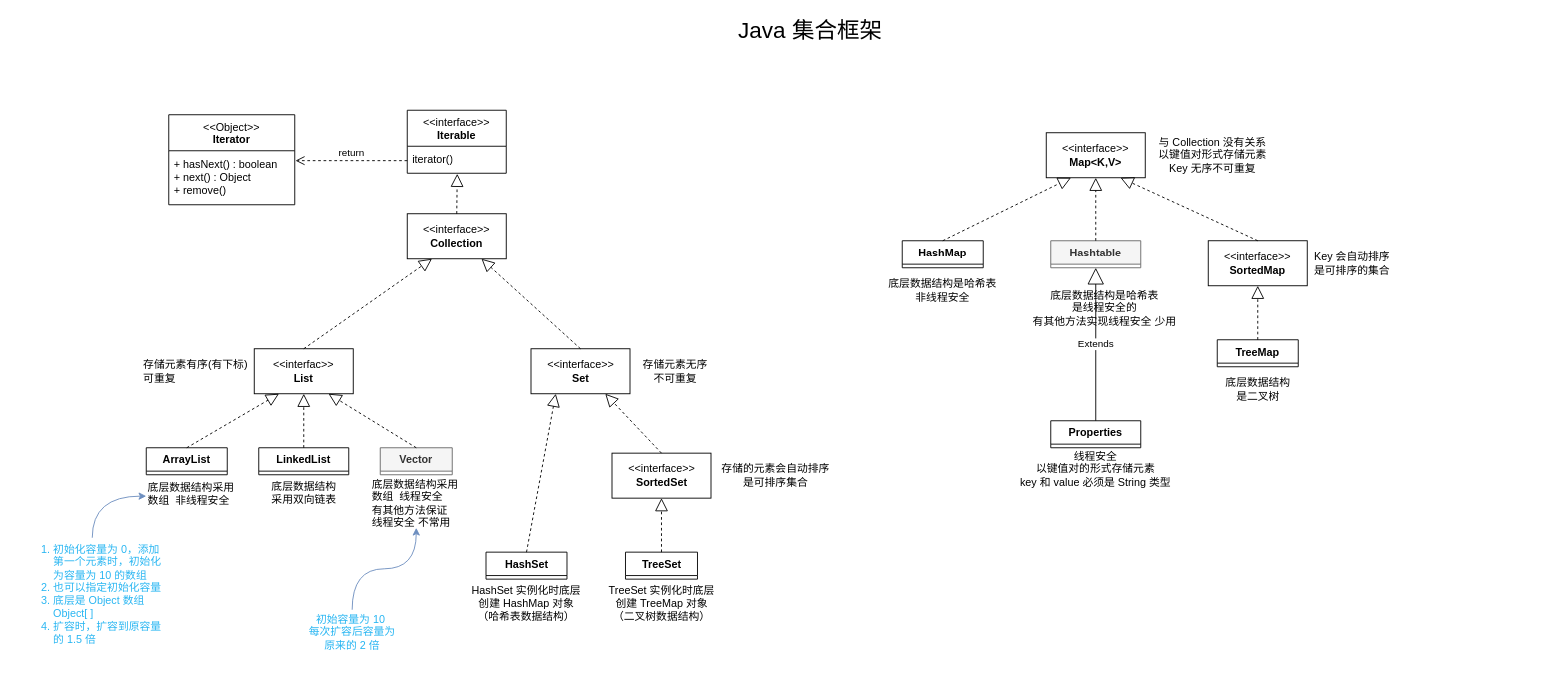
This is Java集合框架.drawio from Bluuur/draw.io, a draw.io file, before an edit. Source tidied: cells renumbered, new cells numbered last; positions are measured from the earlier drawing's top-left corner, leaving out a move shared by most shapes. Both pictures are drawn from the tidied source at 90%, with x=0, y=0 at pixel (15, 15).
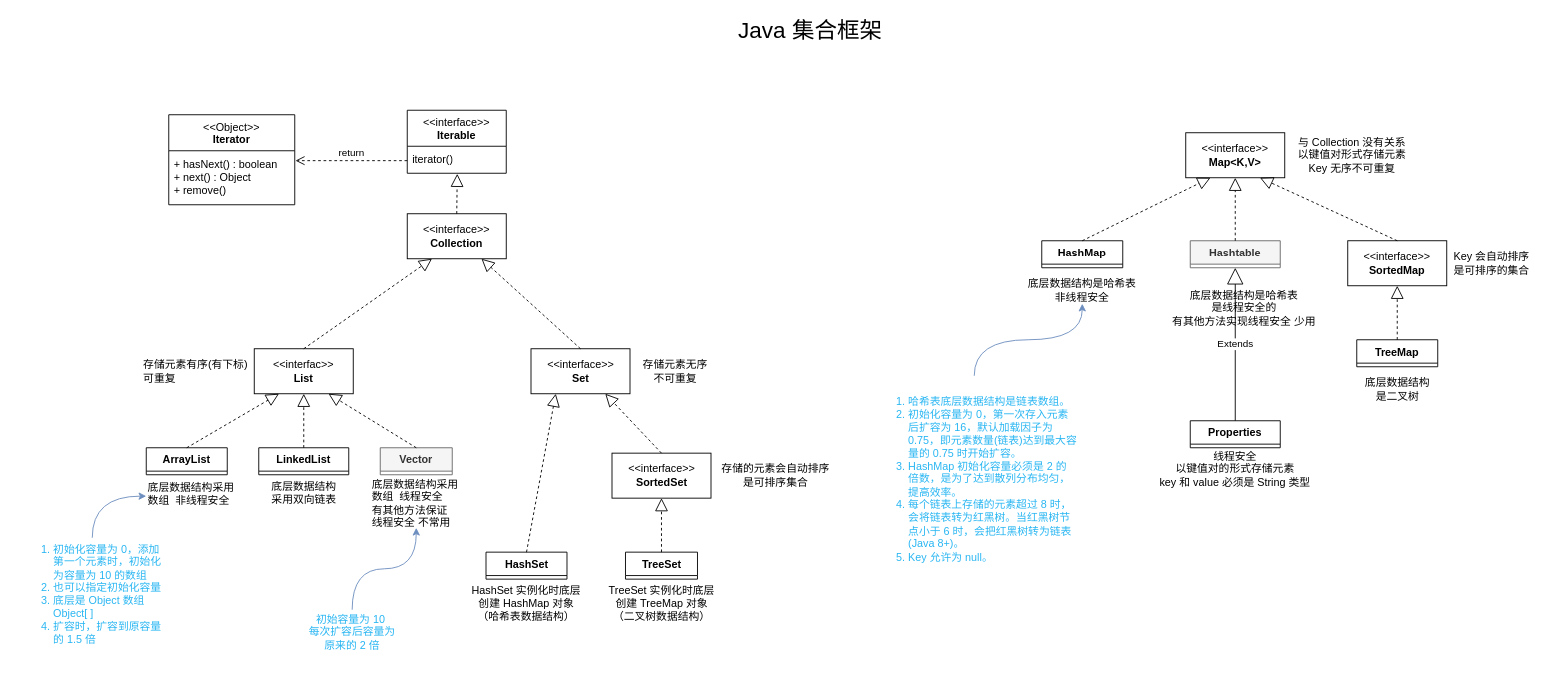
After the change.

Commit message:
更新Java集合框架.drawio

The change refers to these unchanged cells:
```xml
<mxCell id="2" value="&amp;lt;&amp;lt;interface&amp;gt;&amp;gt;&lt;br&gt;&lt;b&gt;Collection&lt;br&gt;&lt;/b&gt;" style="html=1;whiteSpace=wrap;" parent="1" vertex="1">
  <mxGeometry x="435" y="220" width="110" height="50" as="geometry" />
</mxCell>
<mxCell id="6" value="&amp;lt;&amp;lt;interface&amp;gt;&amp;gt;&lt;br&gt;&lt;b&gt;Set&lt;br&gt;&lt;/b&gt;" style="html=1;whiteSpace=wrap;" parent="1" vertex="1">
  <mxGeometry x="572.5" y="370" width="110" height="50" as="geometry" />
</mxCell>
<mxCell id="12" value="HashSet" style="swimlane;fontStyle=1;align=center;verticalAlign=top;horizontal=1;startSize=26;whiteSpace=wrap;html=1;" parent="1" vertex="1" collapsed="1">
  <mxGeometry x="522.5" y="596" width="90" height="30" as="geometry" />
</mxCell>
```

Diff of the diagram source:
```diff
@@
-    <mxCell id="7" style="endArrow=block;dashed=1;endFill=0;endSize=12;html=1;rounded=0;entryX=0.75;entryY=1;entryDx=0;entryDy=0;exitX=0.5;exitY=0;exitDx=0;exitDy=0;" parent="1" edge="1" source="6" target="2">
+    <mxCell id="7" style="endArrow=block;dashed=1;endFill=0;endSize=12;html=1;entryX=0.75;entryY=1;entryDx=0;entryDy=0;exitX=0.5;exitY=0;exitDx=0;exitDy=0;rounded=0;" parent="1" edge="1" source="6" target="2">
       <mxGeometry relative="1" as="geometry" />
     </mxCell>
@@
-    <mxCell id="13" style="endArrow=block;dashed=1;endFill=0;endSize=12;html=1;rounded=0;exitX=0.5;exitY=0;exitDx=0;exitDy=0;entryX=0.25;entryY=1;entryDx=0;entryDy=0;" parent="1" edge="1" source="12" target="6">
+    <mxCell id="13" style="endArrow=block;dashed=1;endFill=0;endSize=12;html=1;exitX=0.5;exitY=0;exitDx=0;exitDy=0;entryX=0.25;entryY=1;entryDx=0;entryDy=0;rounded=0;" parent="1" edge="1" source="12" target="6">
       <mxGeometry relative="1" as="geometry" />
     </mxCell>
@@
     <mxCell id="18" value="&amp;lt;&amp;lt;interface&amp;gt;&amp;gt;&lt;br&gt;&lt;b&gt;Map&amp;lt;K,V&amp;gt;&lt;/b&gt;" style="html=1;whiteSpace=wrap;" parent="1" vertex="1">
-      <mxGeometry x="1145" y="130" width="110" height="50" as="geometry" />
+      <mxGeometry x="1300" y="130" width="110" height="50" as="geometry" />
     </mxCell>
     <mxCell id="19" value="HashMap" style="swimlane;fontStyle=1;align=center;verticalAlign=top;horizontal=1;startSize=26;whiteSpace=wrap;html=1;" parent="1" vertex="1" collapsed="1">
-      <mxGeometry x="985" y="250" width="90" height="30" as="geometry" />
+      <mxGeometry x="1140" y="250" width="90" height="30" as="geometry" />
     </mxCell>
@@
     <mxCell id="21" value="TreeMap" style="swimlane;fontStyle=1;align=center;verticalAlign=top;horizontal=1;startSize=26;whiteSpace=wrap;html=1;" parent="1" vertex="1" collapsed="1">
-      <mxGeometry x="1335" y="360" width="90" height="30" as="geometry" />
+      <mxGeometry x="1490" y="360" width="90" height="30" as="geometry" />
     </mxCell>
@@
     <mxCell id="25" value="Hashtable" style="swimlane;fontStyle=1;align=center;verticalAlign=top;horizontal=1;startSize=26;whiteSpace=wrap;html=1;fillColor=#f5f5f5;strokeColor=#666666;fontColor=#333333;" parent="1" vertex="1" collapsed="1">
-      <mxGeometry x="1150" y="250" width="100" height="30" as="geometry" />
+      <mxGeometry x="1305" y="250" width="100" height="30" as="geometry" />
     </mxCell>
@@
     <mxCell id="27" value="Properties" style="swimlane;fontStyle=1;align=center;verticalAlign=top;horizontal=1;startSize=26;whiteSpace=wrap;html=1;" parent="1" vertex="1" collapsed="1">
-      <mxGeometry x="1150" y="450" width="100" height="30" as="geometry" />
+      <mxGeometry x="1305" y="450" width="100" height="30" as="geometry" />
     </mxCell>
@@
     <mxCell id="29" value="&amp;lt;&amp;lt;interface&amp;gt;&amp;gt;&lt;br&gt;&lt;b&gt;SortedMap&lt;/b&gt;" style="html=1;whiteSpace=wrap;" parent="1" vertex="1">
-      <mxGeometry x="1325" y="250" width="110" height="50" as="geometry" />
+      <mxGeometry x="1480" y="250" width="110" height="50" as="geometry" />
     </mxCell>
@@
     <mxCell id="40" value="与 Collection 没有关系&lt;br&gt;以键值对形式存储元素&lt;br&gt;Key 无序不可重复" style="text;html=1;strokeColor=none;fillColor=none;align=center;verticalAlign=middle;whiteSpace=wrap;rounded=0;" parent="1" vertex="1">
-      <mxGeometry x="1255" y="135" width="150" height="40" as="geometry" />
+      <mxGeometry x="1410" y="130" width="150" height="50" as="geometry" />
     </mxCell>
     <mxCell id="41" value="底层数据结构是哈希表&lt;br&gt;非线程安全" style="text;html=1;strokeColor=none;fillColor=none;align=center;verticalAlign=middle;whiteSpace=wrap;rounded=0;" parent="1" vertex="1">
-      <mxGeometry x="965" y="290" width="130" height="30" as="geometry" />
+      <mxGeometry x="1120" y="290" width="130" height="30" as="geometry" />
     </mxCell>
     <mxCell id="42" value="底层数据结构是哈希表&lt;br&gt;是线程安全的&lt;br&gt;有其他方法实现线程安全 少用" style="text;html=1;strokeColor=none;fillColor=none;align=center;verticalAlign=middle;whiteSpace=wrap;rounded=0;" parent="1" vertex="1">
-      <mxGeometry x="1125" y="310" width="170" height="30" as="geometry" />
+      <mxGeometry x="1280" y="310" width="170" height="30" as="geometry" />
     </mxCell>
     <mxCell id="43" value="Key 会自动排序&lt;br&gt;是可排序的集合" style="text;html=1;strokeColor=none;fillColor=none;align=center;verticalAlign=middle;whiteSpace=wrap;rounded=0;" parent="1" vertex="1">
-      <mxGeometry x="1435" y="260" width="100" height="30" as="geometry" />
+      <mxGeometry x="1590" y="260" width="100" height="30" as="geometry" />
     </mxCell>
     <mxCell id="44" value="底层数据结构是二叉树" style="text;html=1;strokeColor=none;fillColor=none;align=center;verticalAlign=middle;whiteSpace=wrap;rounded=0;" parent="1" vertex="1">
-      <mxGeometry x="1337.5" y="400" width="85" height="30" as="geometry" />
+      <mxGeometry x="1492.5" y="400" width="85" height="30" as="geometry" />
     </mxCell>
     <mxCell id="45" value="线程安全&lt;br&gt;以键值对的形式存储元素&lt;br&gt;key 和 value 必须是 String 类型" style="text;html=1;strokeColor=none;fillColor=none;align=center;verticalAlign=middle;whiteSpace=wrap;rounded=0;" parent="1" vertex="1">
-      <mxGeometry x="1111.2" y="472" width="177.5" height="64" as="geometry" />
+      <mxGeometry x="1266.2" y="472" width="177.5" height="64" as="geometry" />
     </mxCell>
@@
+    <mxCell id="55" style="edgeStyle=orthogonalEdgeStyle;jettySize=auto;html=1;fillColor=#dae8fc;strokeColor=#6c8ebf;curved=1;" parent="1" edge="1" source="56" target="41">
+      <mxGeometry relative="1" as="geometry" />
+    </mxCell>
+    <mxCell id="56" value="&lt;ol&gt;&lt;li&gt;&lt;font&gt;哈希表底层数据结构是链表数组。&lt;/font&gt;&lt;/li&gt;&lt;li&gt;&lt;font&gt;初始化容量为 0，第一次存入元素后扩容为 16，默认加载因子为 0.75，即元素数量(链表)达到最大容量的 0.75 时开始扩容。&lt;/font&gt;&lt;/li&gt;&lt;li&gt;&lt;font&gt;HashMap 初始化容量必须是 2 的倍数，是为了达到散列分布均匀，提高效率。&lt;/font&gt;&lt;/li&gt;&lt;li&gt;每个链表上存储的元素超过 8 时，会将链表转为红黑树。当红黑树节点小于 6 时，会把红黑树转为链表(Java 8+)。&lt;/li&gt;&lt;li&gt;Key 允许为 null。&lt;/li&gt;&lt;/ol&gt;" style="text;html=1;strokeColor=none;fillColor=none;align=left;verticalAlign=middle;whiteSpace=wrap;rounded=0;fontColor=#29b6f2;" parent="1" vertex="1">
+      <mxGeometry x="950" y="400" width="230" height="230" as="geometry" />
+    </mxCell>
```
